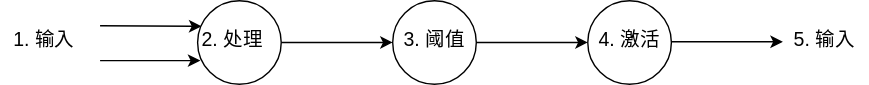
The draw.io diagram chapt1/assets/neuron_flow.svg in caosheng01/Learn_LLM_from_scratch, before a commit. Source tidied: cells renumbered, new cells last; positions are measured from the earlier drawing's top-left corner, leaving out a move shared by most shapes. The source it was exported from:
```xml
<mxGraphModel>
  <root>
    <mxCell id="0" />
    <mxCell id="1" parent="0" />
    <mxCell id="2" style="rounded=0;jettySize=auto;html=1;entryX=0.046;entryY=0.306;entryDx=0;entryDy=0;endArrow=classic;endFill=1;entryPerimeter=0;" parent="1" edge="1" target="4">
      <mxGeometry relative="1" as="geometry">
        <mxPoint x="70" y="18" as="sourcePoint" />
      </mxGeometry>
    </mxCell>
    <mxCell id="3" style="edgeStyle=none;rounded=0;jettySize=auto;html=1;exitX=1;exitY=0.5;exitDx=0;exitDy=0;endArrow=classic;endFill=1;entryX=0;entryY=0.5;entryDx=0;entryDy=0;" parent="1" edge="1" source="4" target="8">
      <mxGeometry relative="1" as="geometry" />
    </mxCell>
    <mxCell id="4" style="ellipse;whiteSpace=wrap;html=1;" parent="1" vertex="1">
      <mxGeometry x="140" width="60" height="60" as="geometry" />
    </mxCell>
    <mxCell id="5" value="&lt;span style=&quot;font-size: 14px&quot;&gt;1. 输入&lt;/span&gt;" style="text;html=1;strokeColor=none;fillColor=none;align=center;verticalAlign=middle;whiteSpace=wrap;rounded=0;" parent="1" vertex="1">
      <mxGeometry y="12.5" width="60" height="30" as="geometry" />
    </mxCell>
    <mxCell id="6" style="rounded=0;orthogonalLoop=1;jettySize=auto;html=1;endArrow=classic;endFill=1;" parent="1" edge="1">
      <mxGeometry relative="1" as="geometry">
        <mxPoint x="70" y="43" as="sourcePoint" />
        <mxPoint x="142" y="43" as="targetPoint" />
      </mxGeometry>
    </mxCell>
    <mxCell id="7" value="&lt;span style=&quot;font-size: 14px&quot;&gt;2. 处理&lt;/span&gt;" style="text;html=1;strokeColor=none;fillColor=none;align=center;verticalAlign=middle;whiteSpace=wrap;rounded=0;" parent="1" vertex="1">
      <mxGeometry x="140" y="15" width="50" height="25" as="geometry" />
    </mxCell>
    <mxCell id="8" style="ellipse;whiteSpace=wrap;html=1;" parent="1" vertex="1">
      <mxGeometry x="280" width="60" height="60" as="geometry" />
    </mxCell>
    <mxCell id="9" value="&lt;span style=&quot;font-size: 14px&quot;&gt;3. 阈值&lt;/span&gt;" style="text;html=1;strokeColor=none;fillColor=none;align=center;verticalAlign=middle;whiteSpace=wrap;rounded=0;" parent="1" vertex="1">
      <mxGeometry x="285" y="15" width="50" height="25" as="geometry" />
    </mxCell>
    <mxCell id="10" style="edgeStyle=none;rounded=0;jettySize=auto;html=1;exitX=1;exitY=0.5;exitDx=0;exitDy=0;endArrow=classic;endFill=1;entryX=0;entryY=0.5;entryDx=0;entryDy=0;" parent="1" edge="1" target="11">
      <mxGeometry relative="1" as="geometry">
        <mxPoint x="340" y="30" as="sourcePoint" />
      </mxGeometry>
    </mxCell>
    <mxCell id="11" style="ellipse;whiteSpace=wrap;html=1;" parent="1" vertex="1">
      <mxGeometry x="420" width="60" height="60" as="geometry" />
    </mxCell>
    <mxCell id="12" value="&lt;span style=&quot;font-size: 14px&quot;&gt;4. 激活&lt;/span&gt;" style="text;html=1;strokeColor=none;fillColor=none;align=center;verticalAlign=middle;whiteSpace=wrap;rounded=0;" parent="1" vertex="1">
      <mxGeometry x="425" y="15" width="50" height="25" as="geometry" />
    </mxCell>
    <mxCell id="13" style="edgeStyle=none;rounded=0;orthogonalLoop=1;jettySize=auto;html=1;exitX=1;exitY=0.5;exitDx=0;exitDy=0;endArrow=classic;endFill=1;entryX=0;entryY=0.5;entryDx=0;entryDy=0;" parent="1" edge="1">
      <mxGeometry relative="1" as="geometry">
        <mxPoint x="480" y="29.5" as="sourcePoint" />
        <mxPoint x="560" y="29.5" as="targetPoint" />
      </mxGeometry>
    </mxCell>
    <mxCell id="14" value="&lt;span style=&quot;font-size: 14px&quot;&gt;5. 输入&lt;/span&gt;" style="text;html=1;strokeColor=none;fillColor=none;align=center;verticalAlign=middle;whiteSpace=wrap;rounded=0;" parent="1" vertex="1">
      <mxGeometry x="560" y="12.5" width="60" height="30" as="geometry" />
    </mxCell>
  </root>
</mxGraphModel>
```
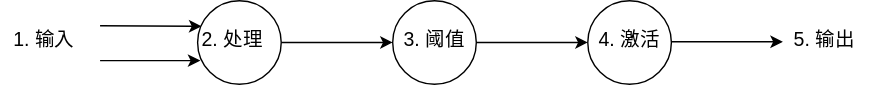
Later version of the same file.

The edit, as a diff of the source:
```diff
@@ -48,7 +48,7 @@
         <mxPoint x="560" y="29.5" as="targetPoint" />
       </mxGeometry>
     </mxCell>
-    <mxCell id="14" value="&lt;span style=&quot;font-size: 14px&quot;&gt;5. 输入&lt;/span&gt;" style="text;html=1;strokeColor=none;fillColor=none;align=center;verticalAlign=middle;whiteSpace=wrap;rounded=0;" parent="1" vertex="1">
+    <mxCell id="14" value="&lt;span style=&quot;font-size: 14px&quot;&gt;5. 输出&lt;/span&gt;" style="text;html=1;strokeColor=none;fillColor=none;align=center;verticalAlign=middle;whiteSpace=wrap;rounded=0;" parent="1" vertex="1">
       <mxGeometry x="560" y="12.5" width="60" height="30" as="geometry" />
     </mxCell>
   </root>
```
